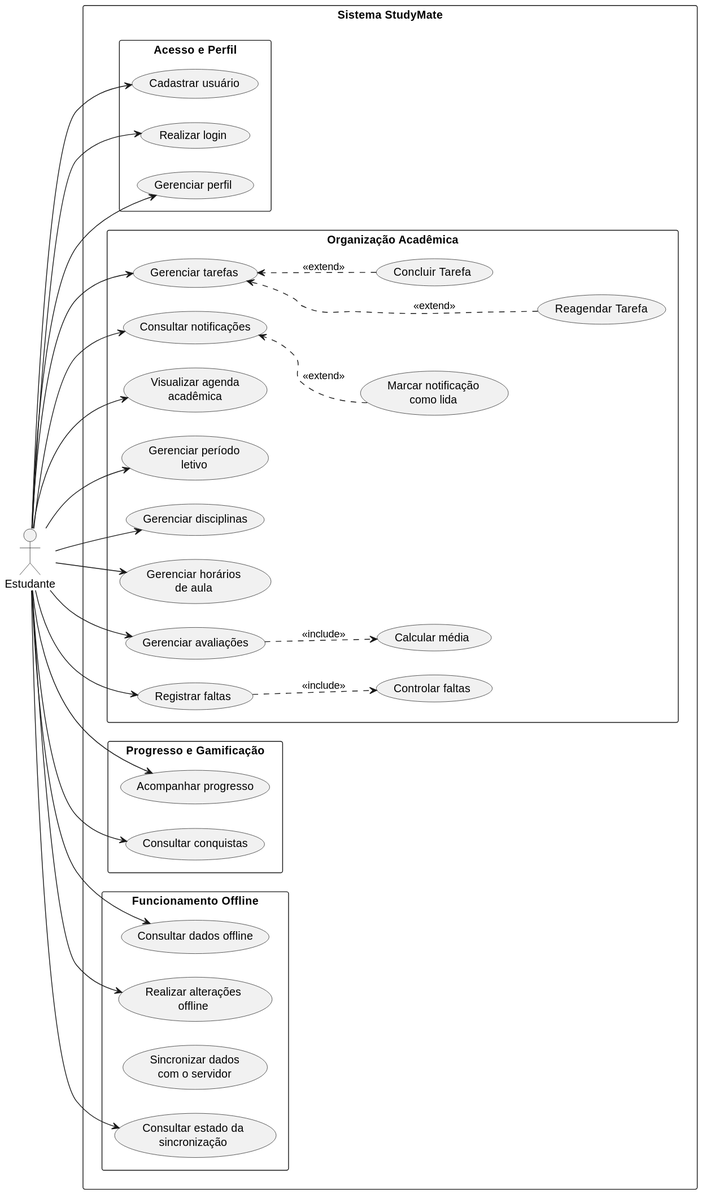
StudyMate-TG/studymate-app keeps this PlantUML diagram as docs/use_case_diagram.svg. Above is the earlier version.
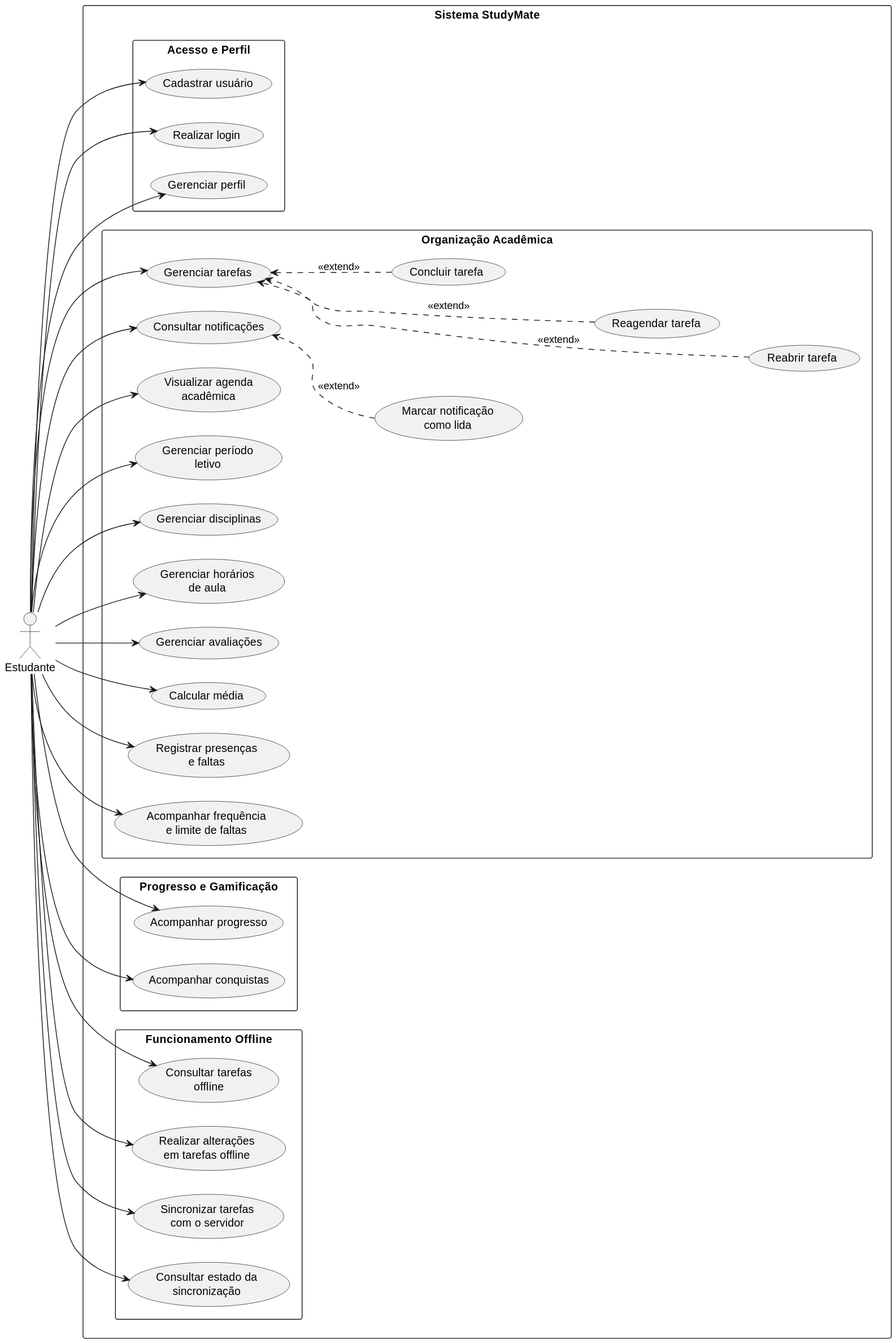
After the commit.

Diff of the diagram source:
```diff
@@ -23,31 +23,35 @@
         usecase "Gerenciar horários\nde aula" as UC06
 
         usecase "Gerenciar tarefas" as UC07
-        usecase "Concluir Tarefa" as UC07A
-        usecase "Reagendar Tarefa" as UC07B
+        usecase "Concluir tarefa" as UC07A
+        usecase "Reagendar tarefa" as UC07B
+        usecase "Reabrir tarefa" as UC07C
 
         usecase "Gerenciar avaliações" as UC08
         usecase "Calcular média" as UC09
-        usecase "Registrar faltas" as UC10
-        usecase "Controlar faltas" as UC11
+
+        usecase "Registrar presenças\ne faltas" as UC10
+        usecase "Acompanhar frequência\ne limite de faltas" as UC11
+
         usecase "Consultar notificações" as UC12
         usecase "Marcar notificação\ncomo lida" as UC12A
     }
 
     rectangle "Progresso e Gamificação" {
         usecase "Acompanhar progresso" as UC13
-        usecase "Consultar conquistas" as UC14
+        usecase "Acompanhar conquistas" as UC14
     }
 
     rectangle "Funcionamento Offline" {
-        usecase "Consultar dados offline" as UC16
-        usecase "Realizar alterações\noffline" as UC17
-        usecase "Sincronizar dados\ncom o servidor" as UC18
+        usecase "Consultar tarefas\noffline" as UC16
+        usecase "Realizar alterações\nem tarefas offline" as UC17
+        usecase "Sincronizar tarefas\ncom o servidor" as UC18
         usecase "Consultar estado da\nsincronização" as UC19
     }
 
     UC07 -[hidden]right-> UC07A
     UC07A -[hidden]down-> UC07B
+    UC07B -[hidden]down-> UC07C
     UC12 -[hidden]right-> UC12A
 }
 
@@ -59,19 +63,20 @@
 Estudante --> UC06
 Estudante --> UC07
 Estudante --> UC08
+Estudante --> UC09
 Estudante --> UC10
+Estudante --> UC11
 Estudante --> UC12
 Estudante --> UC13
 Estudante --> UC14
 Estudante --> UC15
 Estudante --> UC16
 Estudante --> UC17
+Estudante --> UC18
 Estudante --> UC19
 
 UC07A ..> UC07 : <<extend>>
 UC07B ..> UC07 : <<extend>>
-UC08 ..> UC09 : <<include>>
-UC10 ..> UC11 : <<include>>
-
+UC07C ..> UC07 : <<extend>>
 UC12A ..> UC12 : <<extend>>
 @enduml
```
